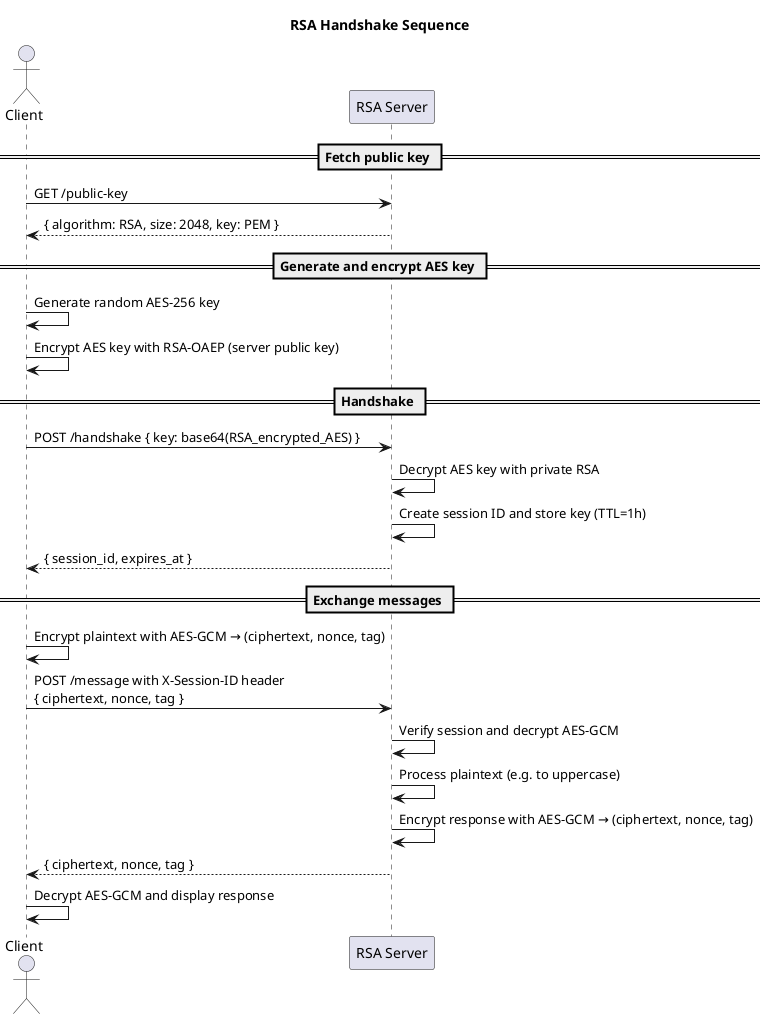
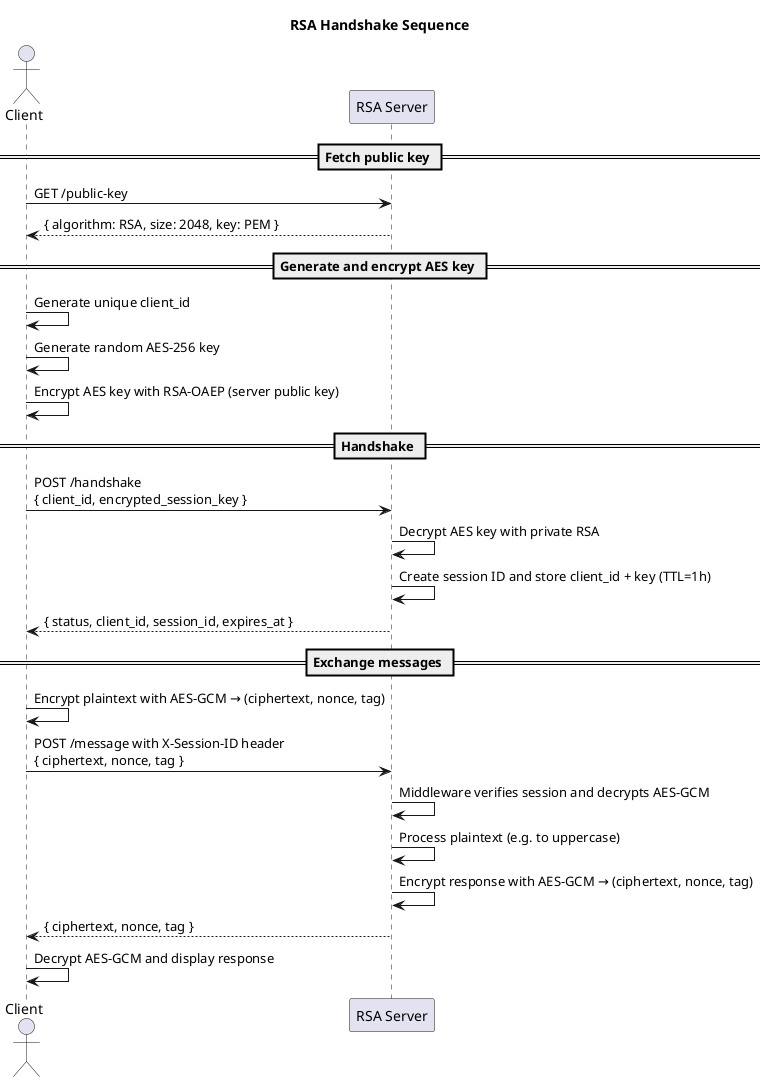
@startuml
title RSA Handshake Sequence

actor Client
participant "RSA Server" as Server

== Fetch public key ==
Client -> Server: GET /public-key
Server --> Client: { algorithm: RSA, size: 2048, key: PEM }

== Generate and encrypt AES key ==
+ Client -> Client: Generate unique client_id
Client -> Client: Generate random AES-256 key
Client -> Client: Encrypt AES key with RSA-OAEP (server public key)

== Handshake ==
- Client -> Server: POST /handshake { key: base64(RSA_encrypted_AES) }
+ Client -> Server: POST /handshake\n{ client_id, encrypted_session_key }
Server -> Server: Decrypt AES key with private RSA
- Server -> Server: Create session ID and store key (TTL=1h)
- Server --> Client: { session_id, expires_at }
+ Server -> Server: Create session ID and store client_id + key (TTL=1h)
+ Server --> Client: { status, client_id, session_id, expires_at }

== Exchange messages ==
Client -> Client: Encrypt plaintext with AES-GCM → (ciphertext, nonce, tag)
Client -> Server: POST /message with X-Session-ID header\n{ ciphertext, nonce, tag }
- Server -> Server: Verify session and decrypt AES-GCM
+ Server -> Server: Middleware verifies session and decrypts AES-GCM
Server -> Server: Process plaintext (e.g. to uppercase)
Server -> Server: Encrypt response with AES-GCM → (ciphertext, nonce, tag)
Server --> Client: { ciphertext, nonce, tag }
Client -> Client: Decrypt AES-GCM and display response

- @enduml+ @enduml
